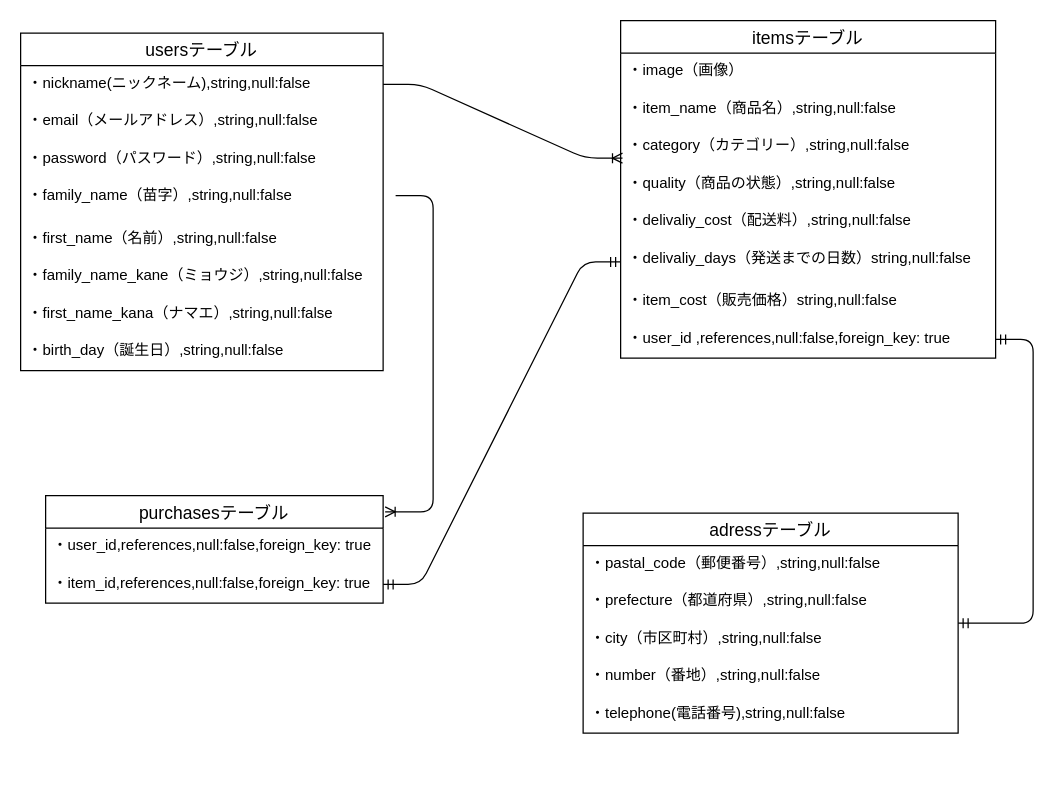
Earlier version of the draw.io diagram furima.dio (yuta-d/furima-34332). Source tidied: cells renumbered, new cells numbered last; positions are measured from the earlier drawing's top-left corner, leaving out a move shared by most shapes. Both pictures are drawn from the tidied source at 125%, with x=0, y=0 at pixel (20, 20).
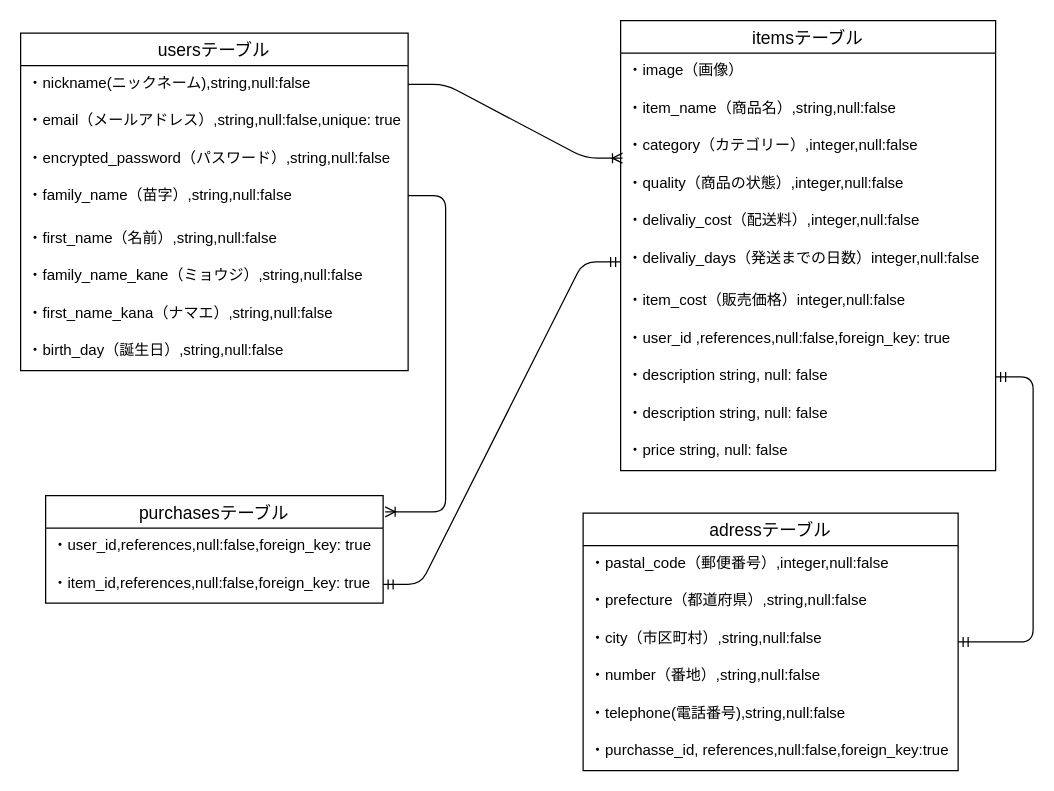
The same diagram, later.

Commit message (it also covers changes not shown here):
データベース設計の修正

Unchanged cells that the change refers to:
```xml
<mxCell id="21" value="purchasesテーブル" style="swimlane;fontStyle=0;horizontal=1;startSize=26;align=center;fontSize=14;" parent="1" vertex="1">
  <mxGeometry x="20" y="380" width="270" height="86" as="geometry" />
</mxCell>
```

Change to the diagram source:
```diff
@@
     <mxCell id="2" value="usersテーブル" style="swimlane;fontStyle=0;horizontal=1;startSize=26;align=center;fontSize=14;" parent="1" vertex="1">
-      <mxGeometry y="10" width="290" height="270" as="geometry" />
+      <mxGeometry y="10" width="310" height="270" as="geometry" />
     </mxCell>
     <mxCell id="3" value="・nickname(ニックネーム),string,null:false" style="text;strokeColor=none;fillColor=none;spacingLeft=4;spacingRight=4;overflow=hidden;points=[[0,0.5],[1,0.5]];portConstraint=eastwest;fontSize=12;" parent="2" vertex="1">
-      <mxGeometry y="26" width="290" height="30" as="geometry" />
+      <mxGeometry y="26" width="310" height="30" as="geometry" />
     </mxCell>
-    <mxCell id="4" value="・email（メールアドレス）,string,null:false" style="text;strokeColor=none;fillColor=none;spacingLeft=4;spacingRight=4;overflow=hidden;fontSize=12;" parent="2" vertex="1">
-      <mxGeometry y="56" width="290" height="30" as="geometry" />
+    <mxCell id="4" value="・email（メールアドレス）,string,null:false,unique: true" style="text;strokeColor=none;fillColor=none;spacingLeft=4;spacingRight=4;overflow=hidden;fontSize=12;" parent="2" vertex="1">
+      <mxGeometry y="56" width="310" height="30" as="geometry" />
     </mxCell>
-    <mxCell id="5" value="・password（パスワード）,string,null:false" style="text;strokeColor=none;fillColor=none;spacingLeft=4;spacingRight=4;overflow=hidden;fontSize=12;" parent="2" vertex="1">
-      <mxGeometry y="86" width="290" height="30" as="geometry" />
+    <mxCell id="5" value="・encrypted_password（パスワード）,string,null:false" style="text;strokeColor=none;fillColor=none;spacingLeft=4;spacingRight=4;overflow=hidden;fontSize=12;" parent="2" vertex="1">
+      <mxGeometry y="86" width="310" height="30" as="geometry" />
     </mxCell>
     <mxCell id="6" value="・family_name（苗字）,string,null:false" style="text;strokeColor=none;fillColor=none;spacingLeft=4;spacingRight=4;overflow=hidden;fontSize=12;" parent="2" vertex="1">
-      <mxGeometry y="116" width="290" height="34" as="geometry" />
+      <mxGeometry y="116" width="310" height="34" as="geometry" />
     </mxCell>
     <mxCell id="7" value="・first_name（名前）,string,null:false" style="text;strokeColor=none;fillColor=none;spacingLeft=4;spacingRight=4;overflow=hidden;fontSize=12;" parent="2" vertex="1">
-      <mxGeometry y="150" width="290" height="30" as="geometry" />
+      <mxGeometry y="150" width="310" height="30" as="geometry" />
     </mxCell>
     <mxCell id="8" value="・family_name_kane（ミョウジ）,string,null:false" style="text;strokeColor=none;fillColor=none;spacingLeft=4;spacingRight=4;overflow=hidden;fontSize=12;" parent="2" vertex="1">
-      <mxGeometry y="180" width="290" height="30" as="geometry" />
+      <mxGeometry y="180" width="310" height="30" as="geometry" />
     </mxCell>
     <mxCell id="9" value="・first_name_kana（ナマエ）,string,null:false" style="text;strokeColor=none;fillColor=none;spacingLeft=4;spacingRight=4;overflow=hidden;fontSize=12;" parent="2" vertex="1">
-      <mxGeometry y="210" width="290" height="30" as="geometry" />
+      <mxGeometry y="210" width="310" height="30" as="geometry" />
     </mxCell>
     <mxCell id="10" value="・birth_day（誕生日）,string,null:false" style="text;strokeColor=none;fillColor=none;spacingLeft=4;spacingRight=4;overflow=hidden;fontSize=12;" parent="2" vertex="1">
-      <mxGeometry y="240" width="290" height="30" as="geometry" />
+      <mxGeometry y="240" width="310" height="30" as="geometry" />
     </mxCell>
     <mxCell id="11" value="itemsテーブル" style="swimlane;fontStyle=0;horizontal=1;startSize=26;align=center;fontSize=14;" parent="1" vertex="1">
-      <mxGeometry x="480" width="300" height="270" as="geometry" />
+      <mxGeometry x="480" width="300" height="360" as="geometry" />
     </mxCell>
@@
-    <mxCell id="14" value="・category（カテゴリー）,string,null:false" style="text;strokeColor=none;fillColor=none;spacingLeft=4;spacingRight=4;overflow=hidden;points=[[0,0.5],[1,0.5]];portConstraint=eastwest;fontSize=12;" parent="11" vertex="1">
+    <mxCell id="14" value="・category（カテゴリー）,integer,null:false" style="text;strokeColor=none;fillColor=none;spacingLeft=4;spacingRight=4;overflow=hidden;points=[[0,0.5],[1,0.5]];portConstraint=eastwest;fontSize=12;" parent="11" vertex="1">
       <mxGeometry y="86" width="300" height="30" as="geometry" />
     </mxCell>
-    <mxCell id="15" value="・quality（商品の状態）,string,null:false" style="text;strokeColor=none;fillColor=none;spacingLeft=4;spacingRight=4;overflow=hidden;fontSize=12;" parent="11" vertex="1">
+    <mxCell id="15" value="・quality（商品の状態）,integer,null:false" style="text;strokeColor=none;fillColor=none;spacingLeft=4;spacingRight=4;overflow=hidden;fontSize=12;" parent="11" vertex="1">
       <mxGeometry y="116" width="300" height="30" as="geometry" />
     </mxCell>
-    <mxCell id="16" value="・delivaliy_cost（配送料）,string,null:false&#10;" style="text;strokeColor=none;fillColor=none;spacingLeft=4;spacingRight=4;overflow=hidden;fontSize=12;" parent="11" vertex="1">
+    <mxCell id="16" value="・delivaliy_cost（配送料）,integer,null:false&#10;" style="text;strokeColor=none;fillColor=none;spacingLeft=4;spacingRight=4;overflow=hidden;fontSize=12;" parent="11" vertex="1">
       <mxGeometry y="146" width="300" height="30" as="geometry" />
     </mxCell>
-    <mxCell id="17" value="・delivaliy_days（発送までの日数）string,null:false" style="text;strokeColor=none;fillColor=none;spacingLeft=4;spacingRight=4;overflow=hidden;points=[[0,0.5],[1,0.5]];portConstraint=eastwest;fontSize=12;" parent="11" vertex="1">
+    <mxCell id="17" value="・delivaliy_days（発送までの日数）integer,null:false" style="text;strokeColor=none;fillColor=none;spacingLeft=4;spacingRight=4;overflow=hidden;points=[[0,0.5],[1,0.5]];portConstraint=eastwest;fontSize=12;" parent="11" vertex="1">
       <mxGeometry y="176" width="300" height="34" as="geometry" />
     </mxCell>
-    <mxCell id="18" value="・item_cost（販売価格）string,null:false" style="text;strokeColor=none;fillColor=none;spacingLeft=4;spacingRight=4;overflow=hidden;fontSize=12;" parent="11" vertex="1">
+    <mxCell id="18" value="・item_cost（販売価格）integer,null:false" style="text;strokeColor=none;fillColor=none;spacingLeft=4;spacingRight=4;overflow=hidden;fontSize=12;" parent="11" vertex="1">
       <mxGeometry y="210" width="300" height="30" as="geometry" />
     </mxCell>
+    <mxCell id="33" value="・user_id ,references,null:false,foreign_key: true " style="text;strokeColor=none;fillColor=none;spacingLeft=4;spacingRight=4;overflow=hidden;fontSize=12;" parent="11" vertex="1">
+      <mxGeometry y="240" width="300" height="30" as="geometry" />
+    </mxCell>
-    <mxCell id="19" value="・user_id ,references,null:false,foreign_key: true " style="text;strokeColor=none;fillColor=none;spacingLeft=4;spacingRight=4;overflow=hidden;points=[[0,0.5],[1,0.5]];portConstraint=eastwest;fontSize=12;" parent="11" vertex="1">
-      <mxGeometry y="240" width="300" height="30" as="geometry" />
+    <mxCell id="19" value="・description string, null: false" style="text;strokeColor=none;fillColor=none;spacingLeft=4;spacingRight=4;overflow=hidden;points=[[0,0.5],[1,0.5]];portConstraint=eastwest;fontSize=12;" parent="11" vertex="1">
+      <mxGeometry y="270" width="300" height="30" as="geometry" />
     </mxCell>
+    <mxCell id="34" value="・description string, null: false" style="text;strokeColor=none;fillColor=none;spacingLeft=4;spacingRight=4;overflow=hidden;fontSize=12;" parent="11" vertex="1">
+      <mxGeometry y="300" width="300" height="30" as="geometry" />
+    </mxCell>
+    <mxCell id="35" value="・price string, null: false" style="text;strokeColor=none;fillColor=none;spacingLeft=4;spacingRight=4;overflow=hidden;fontSize=12;" parent="11" vertex="1">
+      <mxGeometry y="330" width="300" height="30" as="geometry" />
+    </mxCell>
@@
     <mxCell id="25" value="adressテーブル" style="swimlane;fontStyle=0;horizontal=1;startSize=26;align=center;fontSize=14;" parent="1" vertex="1">
-      <mxGeometry x="450" y="394" width="300" height="176" as="geometry" />
+      <mxGeometry x="450" y="394" width="300" height="206" as="geometry" />
     </mxCell>
-    <mxCell id="26" value="・pastal_code（郵便番号）,string,null:false" style="text;strokeColor=none;fillColor=none;spacingLeft=4;spacingRight=4;overflow=hidden;fontSize=12;" parent="25" vertex="1">
+    <mxCell id="26" value="・pastal_code（郵便番号）,integer,null:false" style="text;strokeColor=none;fillColor=none;spacingLeft=4;spacingRight=4;overflow=hidden;fontSize=12;" parent="25" vertex="1">
       <mxGeometry y="26" width="300" height="30" as="geometry" />
     </mxCell>
@@
+    <mxCell id="36" value="・purchasse_id, references,null:false,foreign_key:true" style="text;strokeColor=none;fillColor=none;spacingLeft=4;spacingRight=4;overflow=hidden;fontSize=12;" parent="25" vertex="1">
+      <mxGeometry y="176" width="300" height="30" as="geometry" />
+    </mxCell>
@@
     <mxCell id="32" style="edgeStyle=entityRelationEdgeStyle;fontSize=12;html=1;endArrow=ERoneToMany;entryX=1.006;entryY=0.151;entryDx=0;entryDy=0;entryPerimeter=0;" parent="1" edge="1" target="21">
       <mxGeometry relative="1" as="geometry">
-        <mxPoint x="300" y="140" as="sourcePoint" />
+        <mxPoint x="310" y="140" as="sourcePoint" />
       </mxGeometry>
     </mxCell>
```
